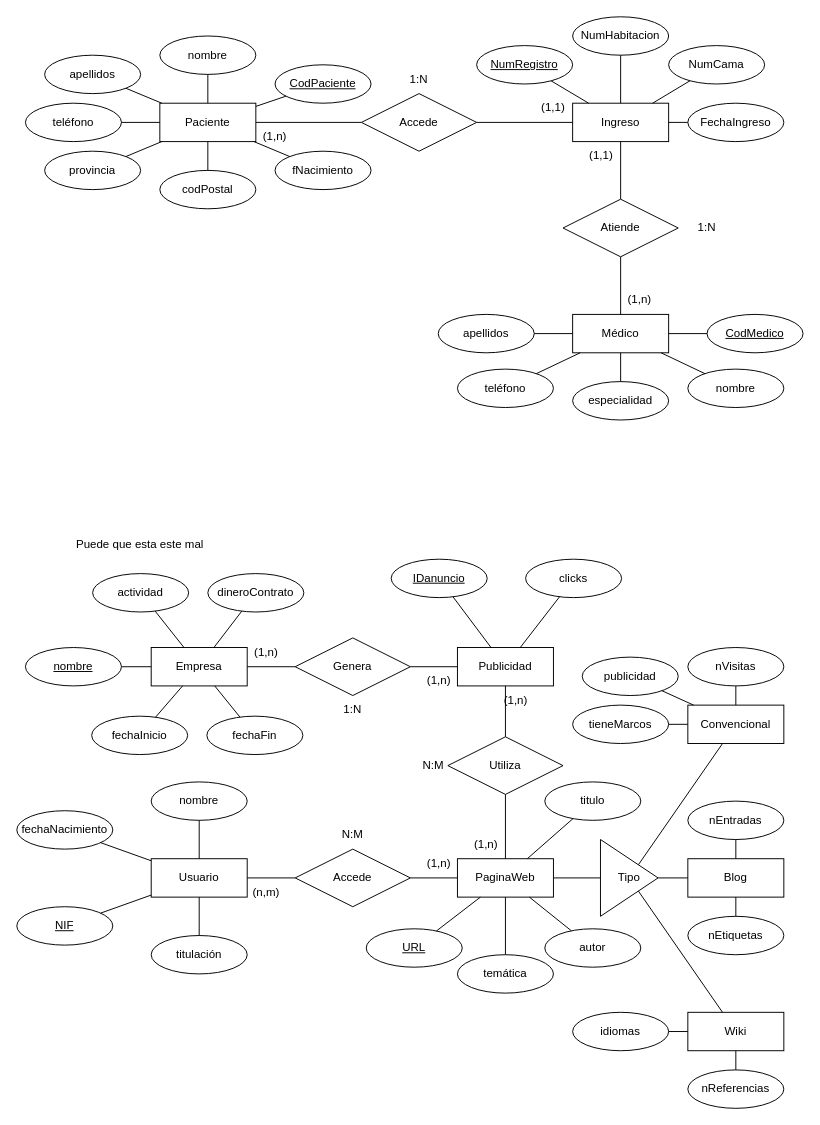
Earlier version of the draw.io diagram modeloEntidarRelacion1.drawio (DanielGZamora/testing). Source tidied: cells renumbered, new cells numbered last; positions are measured from the earlier drawing's top-left corner, leaving out a move shared by most shapes. Both pictures are drawn from the tidied source at 96%, with x=0, y=0 at pixel (16, 16).
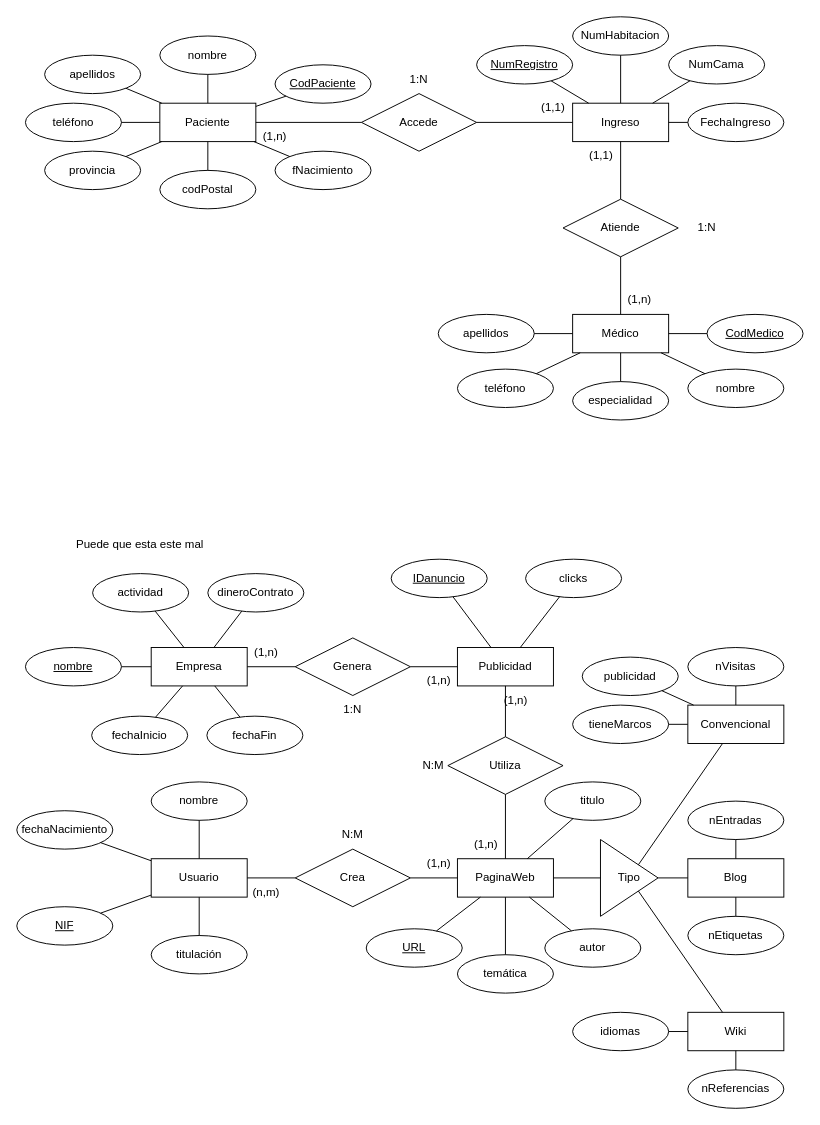
After the change.

Diff of the diagram source:
```diff
@@
-    <mxCell id="59" value="Accede" style="shape=rhombus;perimeter=rhombusPerimeter;whiteSpace=wrap;html=1;align=center;" parent="1" vertex="1">
+    <mxCell id="59" value="Crea" style="shape=rhombus;perimeter=rhombusPerimeter;whiteSpace=wrap;html=1;align=center;" parent="1" vertex="1">
       <mxGeometry x="290" y="867" width="120" height="60" as="geometry" />
     </mxCell>
```
